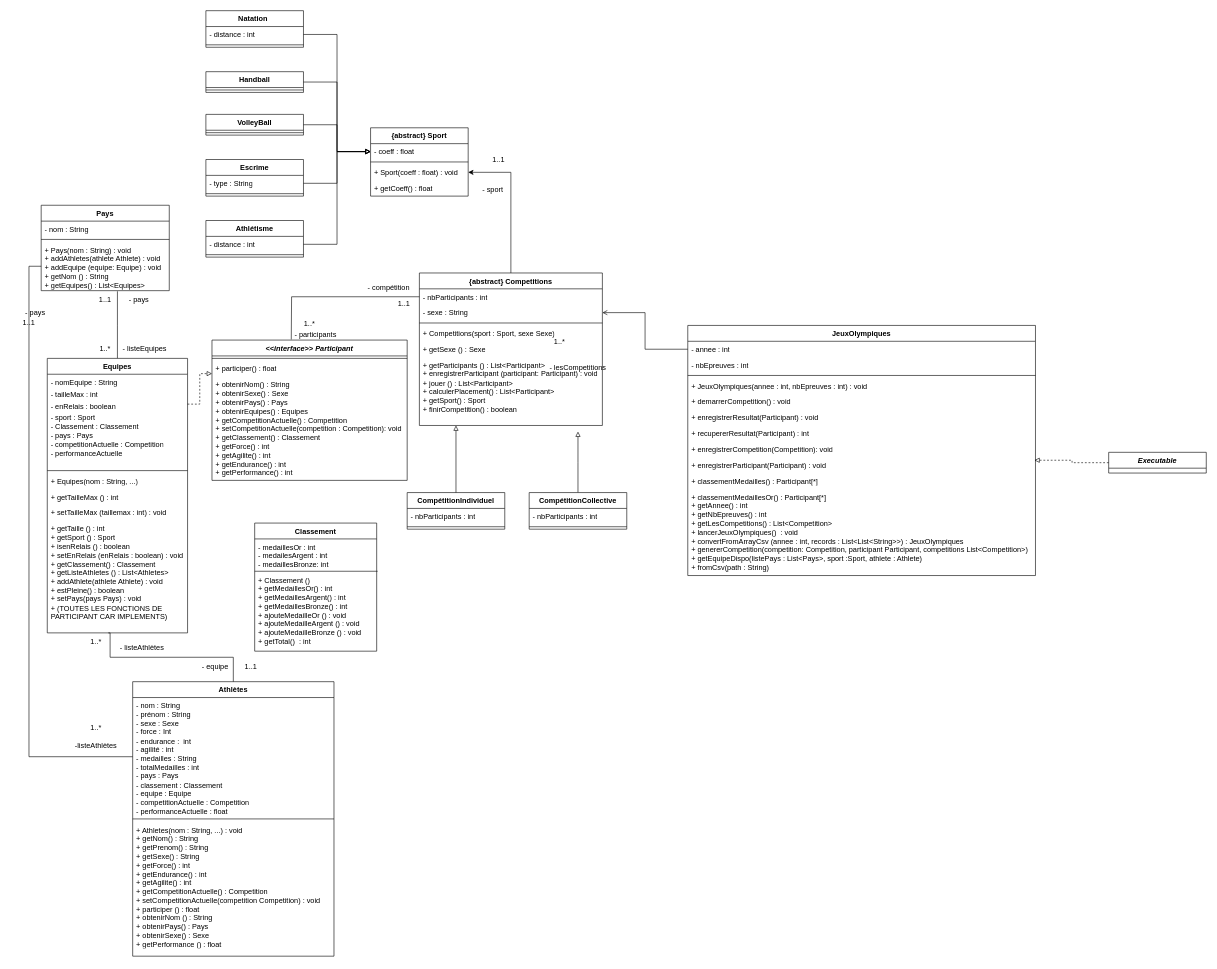
alexisnisol/JeuxOlympiques keeps this draw.io diagram as diagrammes/classe/Diagramme sans nom.drawio. Above is the earlier version. Source tidied: cells renumbered, new cells numbered last; positions are measured from the earlier drawing's top-left corner, leaving out a move shared by most shapes. Both pictures are drawn from the tidied source at 61%, with x=0, y=0 at pixel (10, 10).
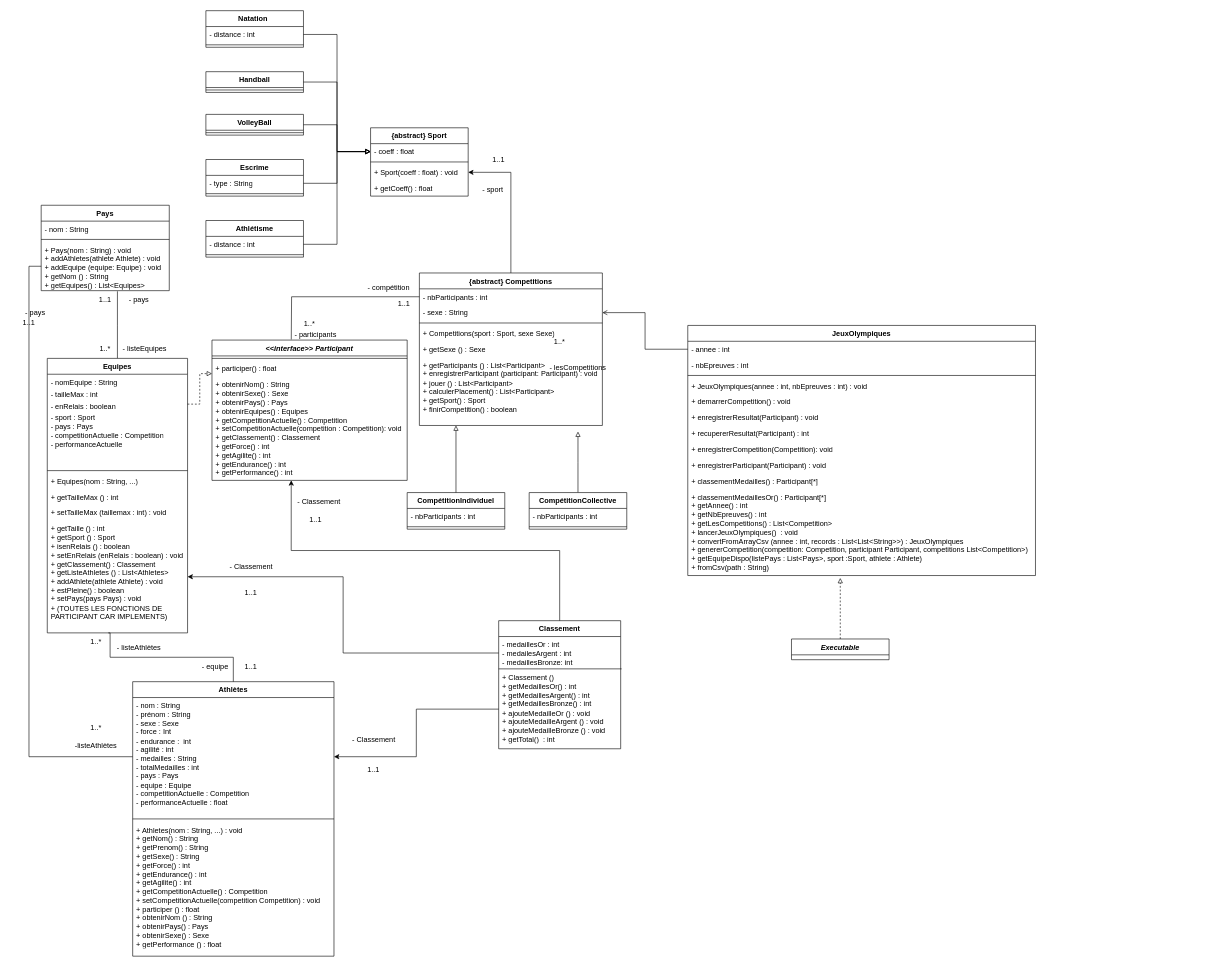
The same diagram, later.

Commit message:
Mettre à jour Diagramme Classe.drawio

The change refers to these unchanged cells:
```xml
<mxCell id="12" value="Athlètes" style="swimlane;fontStyle=1;align=center;verticalAlign=top;horizontal=1;startSize=26;whiteSpace=wrap;html=1;" parent="1" vertex="1">
  <mxGeometry x="200" y="1100" width="330" height="450" as="geometry" />
</mxCell>
<mxCell id="17" value="Equipes" style="swimlane;fontStyle=1;align=center;verticalAlign=top;horizontal=1;startSize=26;whiteSpace=wrap;html=1;" parent="1" vertex="1">
  <mxGeometry x="60" y="570" width="230" height="450" as="geometry" />
</mxCell>
<mxCell id="26" value="+ getTaille () : int&lt;div&gt;+ getSport () : Sport&lt;/div&gt;&lt;div&gt;+ isenRelais () : boolean&lt;/div&gt;&lt;div&gt;+ setEnRelais (enRelais : boolean&lt;span style=&quot;background-color: initial;&quot;&gt;) : void&lt;/span&gt;&lt;/div&gt;&lt;div&gt;&lt;span style=&quot;background-color: initial;&quot;&gt;+ getClassement() : Classement&lt;/span&gt;&lt;/div&gt;&lt;div&gt;&lt;span style=&quot;background-color: initial;&quot;&gt;+ getListeAthletes () : List&amp;lt;Athletes&amp;gt;&lt;/span&gt;&lt;/div&gt;&lt;div&gt;&lt;span style=&quot;background-color: initial;&quot;&gt;+ addAthlete(athlete Athlete) : void&lt;/span&gt;&lt;/div&gt;&lt;div&gt;&lt;span style=&quot;background-color: initial;&quot;&gt;+ estPleine() : boolean&lt;/span&gt;&lt;/div&gt;&lt;div&gt;&lt;span style=&quot;background-color: initial;&quot;&gt;+ setPays(pays Pays) : void&lt;/span&gt;&lt;/div&gt;&lt;div&gt;&lt;span style=&quot;background-color: initial;&quot;&gt;+ (TOUTES LES FONCTIONS DE PARTICIPANT CAR IMPLEMENTS)&lt;/span&gt;&lt;/div&gt;" style="text;strokeColor=none;fillColor=none;align=left;verticalAlign=top;spacingLeft=4;spacingRight=4;overflow=hidden;points=[[0,0.5],[1,0.5]];portConstraint=eastwest;whiteSpace=wrap;html=1;" parent="17" vertex="1">
  <mxGeometry y="266" width="230" height="184" as="geometry" />
</mxCell>
<mxCell id="64" value="+ obtenirNom() : String&lt;div&gt;+ obtenirSexe() : Sexe&lt;br&gt;&lt;/div&gt;&lt;div&gt;+ obtenirPays() : Pays&lt;br&gt;&lt;/div&gt;&lt;div&gt;+&lt;span style=&quot;background-color: initial;&quot;&gt;&amp;nbsp;obtenirEquipes() : Equipes&lt;/span&gt;&lt;/div&gt;&lt;div&gt;+ getCompetitionActuelle() : Competition&lt;/div&gt;&lt;div&gt;+ setCompetitionActuelle(competition : Competition): void&lt;/div&gt;&lt;div&gt;+ getClassement() : Classement&lt;/div&gt;&lt;div&gt;+ getForce() : int&lt;/div&gt;&lt;div&gt;+ getAgilite() : int&lt;br&gt;&lt;/div&gt;&lt;div&gt;+ getEndurance() : int&lt;br&gt;&lt;/div&gt;&lt;div&gt;+ getPerformance() : int&lt;br&gt;&lt;/div&gt;" style="text;strokeColor=none;fillColor=none;align=left;verticalAlign=top;spacingLeft=4;spacingRight=4;overflow=hidden;points=[[0,0.5],[1,0.5]];portConstraint=eastwest;whiteSpace=wrap;html=1;" parent="61" vertex="1">
  <mxGeometry y="60" width="320" height="170" as="geometry" />
</mxCell>
<mxCell id="74" value="+ enregistrerParticipant(Participant) : void" style="text;strokeColor=none;fillColor=none;align=left;verticalAlign=top;spacingLeft=4;spacingRight=4;overflow=hidden;points=[[0,0.5],[1,0.5]];portConstraint=eastwest;whiteSpace=wrap;html=1;" parent="65" vertex="1">
  <mxGeometry y="216" width="570" height="26" as="geometry" />
</mxCell>
<mxCell id="99" value="- medaillesOr : int&amp;nbsp;&lt;div&gt;- medailesArgent : int&amp;nbsp;&lt;/div&gt;&lt;div&gt;- medaillesBronze: int&lt;/div&gt;" style="text;strokeColor=none;fillColor=none;align=left;verticalAlign=top;spacingLeft=4;spacingRight=4;overflow=hidden;points=[[0,0.5],[1,0.5]];portConstraint=eastwest;whiteSpace=wrap;html=1;" parent="98" vertex="1">
  <mxGeometry y="26" width="200" height="54" as="geometry" />
</mxCell>
<mxCell id="101" value="+ Classement ()&amp;nbsp;&lt;div&gt;+ getMedaillesOr() : int&amp;nbsp;&lt;/div&gt;&lt;div&gt;+&amp;nbsp;&lt;span style=&quot;background-color: initial;&quot;&gt;getMedaillesArgent() : int&lt;/span&gt;&lt;/div&gt;&lt;div&gt;+ getMedaillesBronze() : int&lt;span style=&quot;background-color: initial;&quot;&gt;&lt;br&gt;&lt;/span&gt;&lt;/div&gt;&lt;div&gt;+ ajouteMedailleOr () : void&lt;/div&gt;&lt;div&gt;+&amp;nbsp;&lt;span style=&quot;background-color: initial;&quot;&gt;ajouteMedailleArgent () : void&lt;/span&gt;&lt;/div&gt;&lt;div&gt;&lt;span style=&quot;background-color: initial;&quot;&gt;+&amp;nbsp;&lt;/span&gt;&lt;span style=&quot;background-color: initial;&quot;&gt;ajouteMedailleBronze () : void&lt;/span&gt;&lt;/div&gt;&lt;div&gt;&lt;span style=&quot;background-color: initial;&quot;&gt;+ getTotal()&amp;nbsp; : int&lt;/span&gt;&lt;/div&gt;" style="text;strokeColor=none;fillColor=none;align=left;verticalAlign=top;spacingLeft=4;spacingRight=4;overflow=hidden;points=[[0,0.5],[1,0.5]];portConstraint=eastwest;whiteSpace=wrap;html=1;" parent="98" vertex="1">
  <mxGeometry y="80" width="200" height="130" as="geometry" />
</mxCell>
```

Diff of the diagram source:
```diff
@@
-    <mxCell id="13" value="- nom : String&lt;div&gt;- prénom : String&lt;br&gt;- sexe : Sexe&lt;br&gt;&lt;/div&gt;&lt;div&gt;- force : Int&lt;/div&gt;&lt;div&gt;- endurance :&amp;nbsp; int &lt;br&gt;&lt;/div&gt;&lt;div&gt;- agilité : int&lt;/div&gt;&lt;div&gt;- medailles : String&lt;br&gt;&lt;/div&gt;&lt;div&gt;- totalMedailles : int&lt;br&gt;&lt;/div&gt;&lt;div&gt;- pays : Pays&lt;/div&gt;&lt;div&gt;- classement : Classement&lt;/div&gt;&lt;div&gt;- equipe : Equipe&amp;nbsp;&lt;/div&gt;&lt;div&gt;- competitionActuelle : Competition&lt;/div&gt;&lt;div&gt;- performanceActuelle : float&lt;/div&gt;" style="text;strokeColor=none;fillColor=none;align=left;verticalAlign=top;spacingLeft=4;spacingRight=4;overflow=hidden;points=[[0,0.5],[1,0.5]];portConstraint=eastwest;whiteSpace=wrap;html=1;" parent="12" vertex="1">
+    <mxCell id="13" value="- nom : String&lt;div&gt;- prénom : String&lt;br&gt;- sexe : Sexe&lt;br&gt;&lt;/div&gt;&lt;div&gt;- force : Int&lt;/div&gt;&lt;div&gt;- endurance :&amp;nbsp; int &lt;br&gt;&lt;/div&gt;&lt;div&gt;- agilité : int&lt;/div&gt;&lt;div&gt;- medailles : String&lt;br&gt;&lt;/div&gt;&lt;div&gt;- totalMedailles : int&lt;br&gt;&lt;/div&gt;&lt;div&gt;- pays : Pays&lt;/div&gt;&lt;div&gt;- equipe : Equipe&amp;nbsp;&lt;/div&gt;&lt;div&gt;- competitionActuelle : Competition&lt;/div&gt;&lt;div&gt;- performanceActuelle : float&lt;/div&gt;" style="text;strokeColor=none;fillColor=none;align=left;verticalAlign=top;spacingLeft=4;spacingRight=4;overflow=hidden;points=[[0,0.5],[1,0.5]];portConstraint=eastwest;whiteSpace=wrap;html=1;" parent="12" vertex="1">
       <mxGeometry y="26" width="330" height="194" as="geometry" />
     </mxCell>
@@
-    <mxCell id="21" value="- sport : Sport&lt;div&gt;- Classement : Classement&lt;/div&gt;&lt;div&gt;- pays : Pays&lt;/div&gt;&lt;div&gt;- competitionActuelle : Competition&lt;/div&gt;&lt;div&gt;- performanceActuelle&lt;/div&gt;" style="text;strokeColor=none;fillColor=none;align=left;verticalAlign=top;spacingLeft=4;spacingRight=4;overflow=hidden;whiteSpace=wrap;html=1;" parent="17" vertex="1">
+    <mxCell id="21" value="- sport : Sport&lt;div&gt;- pays : Pays&lt;/div&gt;&lt;div&gt;- competitionActuelle : Competition&lt;/div&gt;&lt;div&gt;- performanceActuelle&lt;/div&gt;" style="text;strokeColor=none;fillColor=none;align=left;verticalAlign=top;spacingLeft=4;spacingRight=4;overflow=hidden;whiteSpace=wrap;html=1;" parent="17" vertex="1">
       <mxGeometry y="84" width="230" height="96" as="geometry" />
     </mxCell>
@@
     <mxCell id="85" value="- listeAthlètes" style="text;html=1;align=center;verticalAlign=middle;strokeColor=none;fillColor=none;" parent="1" vertex="1">
-      <mxGeometry x="165" y="1030" width="100" height="30" as="geometry" />
+      <mxGeometry x="160" y="1030" width="100" height="30" as="geometry" />
     </mxCell>
@@
     <mxCell id="98" value="Classement" style="swimlane;fontStyle=1;align=center;verticalAlign=top;horizontal=1;startSize=26;whiteSpace=wrap;html=1;" parent="1" vertex="1">
-      <mxGeometry x="400" y="840" width="200" height="210" as="geometry" />
+      <mxGeometry x="800" y="1000" width="200" height="210" as="geometry" />
     </mxCell>
@@
+    <mxCell id="107" style="edgeStyle=orthogonalEdgeStyle;rounded=0;jettySize=auto;html=1;dashed=1;endArrow=block;endFill=0;" parent="1" edge="1" source="104">
+      <mxGeometry relative="1" as="geometry">
+        <mxPoint x="1360" y="930" as="targetPoint" />
+      </mxGeometry>
+    </mxCell>
     <mxCell id="104" value="&lt;i&gt;Executable&lt;/i&gt;" style="swimlane;fontStyle=1;align=center;verticalAlign=top;horizontal=1;startSize=26;whiteSpace=wrap;html=1;" parent="1" vertex="1">
-      <mxGeometry x="1800" y="724" width="160" height="34" as="geometry" />
+      <mxGeometry x="1280" y="1030" width="160" height="34" as="geometry" />
     </mxCell>
-    <mxCell id="105" style="edgeStyle=orthogonalEdgeStyle;rounded=0;jettySize=auto;html=1;entryX=0.997;entryY=0.192;entryDx=0;entryDy=0;entryPerimeter=0;endArrow=block;endFill=0;dashed=1;" parent="1" edge="1" source="104" target="74">
-      <mxGeometry relative="1" as="geometry" />
-    </mxCell>
@@
+    <mxCell id="108" style="edgeStyle=orthogonalEdgeStyle;rounded=0;jettySize=auto;html=1;entryX=1;entryY=0.5;entryDx=0;entryDy=0;" parent="1" edge="1" source="99" target="26">
+      <mxGeometry relative="1" as="geometry" />
+    </mxCell>
+    <mxCell id="109" style="edgeStyle=orthogonalEdgeStyle;rounded=0;jettySize=auto;html=1;entryX=0;entryY=0.5;entryDx=0;entryDy=0;startArrow=classic;startFill=1;endArrow=none;endFill=0;" parent="1" edge="1" source="13" target="101">
+      <mxGeometry relative="1" as="geometry">
+        <Array as="points">
+          <mxPoint x="665" y="1223" />
+          <mxPoint x="665" y="1145" />
+        </Array>
+      </mxGeometry>
+    </mxCell>
+    <mxCell id="110" value="- Classement" style="text;html=1;align=center;verticalAlign=middle;strokeColor=none;fillColor=none;" parent="1" vertex="1">
+      <mxGeometry x="349" y="896" width="90" height="30" as="geometry" />
+    </mxCell>
+    <mxCell id="111" value="1..1" style="text;html=1;align=center;verticalAlign=middle;whiteSpace=wrap;rounded=0;" parent="1" vertex="1">
+      <mxGeometry x="364" y="940" width="60" height="30" as="geometry" />
+    </mxCell>
+    <mxCell id="112" value="- Classement" style="text;html=1;align=center;verticalAlign=middle;strokeColor=none;fillColor=none;" parent="1" vertex="1">
+      <mxGeometry x="550" y="1180" width="90" height="30" as="geometry" />
+    </mxCell>
+    <mxCell id="113" value="1..1" style="text;html=1;align=center;verticalAlign=middle;whiteSpace=wrap;rounded=0;" parent="1" vertex="1">
+      <mxGeometry x="565" y="1230" width="60" height="30" as="geometry" />
+    </mxCell>
+    <mxCell id="114" style="edgeStyle=orthogonalEdgeStyle;rounded=0;jettySize=auto;html=1;entryX=0.406;entryY=1;entryDx=0;entryDy=0;entryPerimeter=0;" parent="1" edge="1" source="98" target="64">
+      <mxGeometry relative="1" as="geometry" />
+    </mxCell>
+    <mxCell id="115" value="- Classement" style="text;html=1;align=center;verticalAlign=middle;strokeColor=none;fillColor=none;" parent="1" vertex="1">
+      <mxGeometry x="460" y="790" width="90" height="30" as="geometry" />
+    </mxCell>
+    <mxCell id="116" value="1..1" style="text;html=1;align=center;verticalAlign=middle;whiteSpace=wrap;rounded=0;" parent="1" vertex="1">
+      <mxGeometry x="470" y="820" width="60" height="30" as="geometry" />
+    </mxCell>
```
